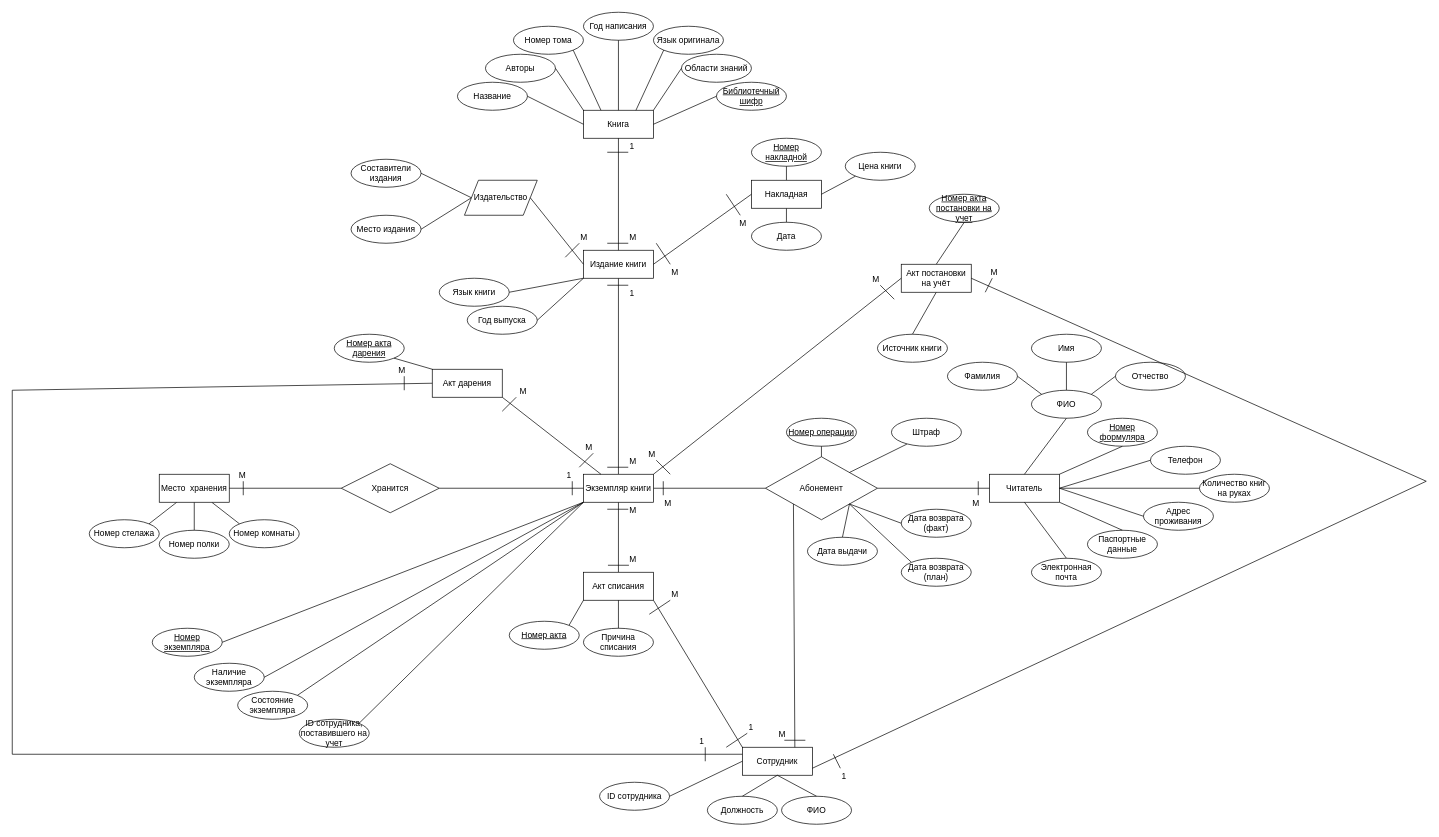
Before: student.k3141.MorozovAA/LR2/Библиотека.drawio in marinagovorova/DATABASES_ICT_2-3s_2022-2023_2023-2024, a draw.io diagram. Source tidied: cells renumbered, new cells numbered last; positions are measured from the earlier drawing's top-left corner, leaving out a move shared by most shapes. Both pictures are drawn from the tidied source at 70%, with x=0, y=0 at pixel (12, 12).
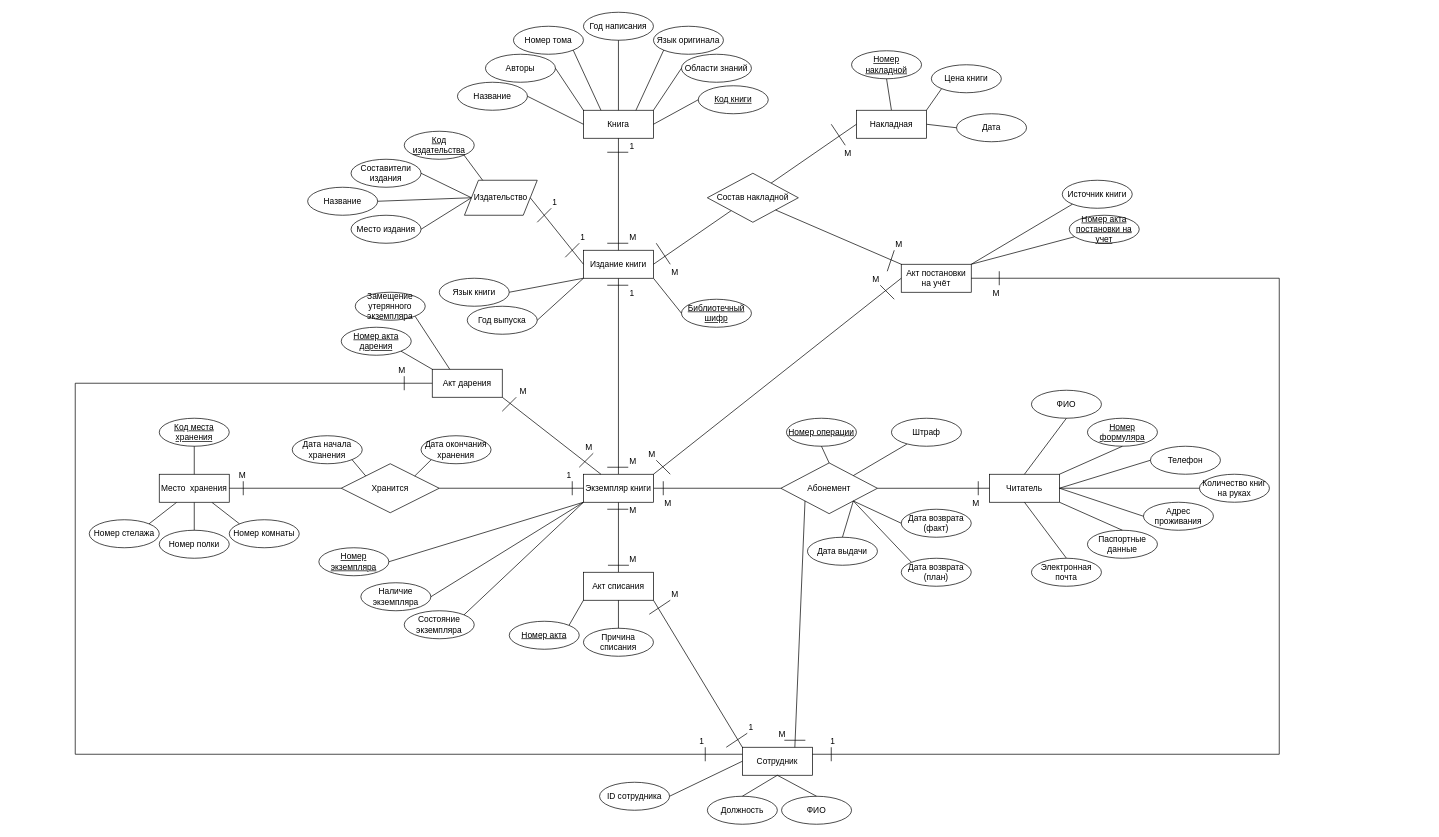
The same page after the edit.

Unchanged cells that the change refers to:
```xml
<mxCell id="3" value="&lt;div&gt;ФИО&lt;/div&gt;" style="ellipse;whiteSpace=wrap;html=1;align=center;fontStyle=0;" parent="1" vertex="1">
  <mxGeometry x="1456" y="540" width="100" height="40" as="geometry" />
</mxCell>
<mxCell id="18" value="Книга" style="whiteSpace=wrap;html=1;align=center;" parent="1" vertex="1">
  <mxGeometry x="816" y="140" width="100" height="40" as="geometry" />
</mxCell>
<mxCell id="58" value="Издание книги" style="whiteSpace=wrap;html=1;align=center;" parent="1" vertex="1">
  <mxGeometry x="816" y="340" width="100" height="40" as="geometry" />
</mxCell>
<mxCell id="81" value="&lt;div&gt;Экземпляр книги&lt;/div&gt;" style="whiteSpace=wrap;html=1;align=center;" parent="1" vertex="1">
  <mxGeometry x="816" y="660" width="100" height="40" as="geometry" />
</mxCell>
<mxCell id="82" value="Издательство" style="shape=parallelogram;perimeter=parallelogramPerimeter;whiteSpace=wrap;html=1;fixedSize=1;" parent="1" vertex="1">
  <mxGeometry x="646" y="240" width="104" height="50" as="geometry" />
</mxCell>
<mxCell id="87" value="Акт постановки на учёт" style="whiteSpace=wrap;html=1;align=center;" parent="1" vertex="1">
  <mxGeometry x="1270" y="360" width="100" height="40" as="geometry" />
</mxCell>
<mxCell id="93" style="endArrow=none;html=1;rounded=0;exitX=0;exitY=0.5;exitDx=0;exitDy=0;entryX=1;entryY=0.5;entryDx=0;entryDy=0;" parent="1" edge="1" source="58" target="82">
  <mxGeometry relative="1" as="geometry" />
</mxCell>
<mxCell id="102" value="Сотрудник" style="whiteSpace=wrap;html=1;align=center;" parent="1" vertex="1">
  <mxGeometry x="1043" y="1050" width="100" height="40" as="geometry" />
</mxCell>
<mxCell id="110" value="Хранится" style="rhombus;whiteSpace=wrap;html=1;" parent="1" vertex="1">
  <mxGeometry x="470" y="645" width="140" height="70" as="geometry" />
</mxCell>
<mxCell id="111" value="Место&amp;nbsp; хранения" style="whiteSpace=wrap;html=1;align=center;" parent="1" vertex="1">
  <mxGeometry x="210" y="660" width="100" height="40" as="geometry" />
</mxCell>
<mxCell id="139" value="Акт дарения" style="whiteSpace=wrap;html=1;align=center;" parent="1" vertex="1">
  <mxGeometry x="600" y="510" width="100" height="40" as="geometry" />
</mxCell>
```

The edit, as a diff of the source:
```diff
@@
     <mxCell id="15" value="Абонемент" style="shape=rhombus;perimeter=rhombusPerimeter;whiteSpace=wrap;html=1;align=center;" parent="1" vertex="1">
-      <mxGeometry x="1076" y="635" width="160" height="90" as="geometry" />
+      <mxGeometry x="1098" y="643.8" width="138" height="72.5" as="geometry" />
     </mxCell>
@@
     <mxCell id="30" value="Библиотечный шифр" style="ellipse;whiteSpace=wrap;html=1;align=center;fontStyle=4;" parent="1" vertex="1">
-      <mxGeometry x="1006" y="100" width="100" height="40" as="geometry" />
+      <mxGeometry x="956" y="410" width="100" height="40" as="geometry" />
     </mxCell>
@@
-    <mxCell id="38" style="endArrow=none;html=1;rounded=0;exitX=1;exitY=0.5;exitDx=0;exitDy=0;entryX=0;entryY=0.5;entryDx=0;entryDy=0;" parent="1" edge="1" source="18" target="30">
+    <mxCell id="38" style="endArrow=none;html=1;rounded=0;exitX=1;exitY=1;exitDx=0;exitDy=0;entryX=0;entryY=0.5;entryDx=0;entryDy=0;" parent="1" edge="1" source="58" target="30">
       <mxGeometry relative="1" as="geometry" />
     </mxCell>
@@
     <mxCell id="40" value="Номер экземпляра" style="ellipse;whiteSpace=wrap;html=1;align=center;fontStyle=4;" parent="1" vertex="1">
-      <mxGeometry x="200" y="880" width="100" height="40" as="geometry" />
+      <mxGeometry x="438" y="765" width="100" height="40" as="geometry" />
     </mxCell>
@@
-    <mxCell id="44" value="ID сотрудника, поставившего на учет" style="ellipse;whiteSpace=wrap;html=1;align=center;" parent="1" vertex="1">
-      <mxGeometry x="410" y="1010" width="100" height="40" as="geometry" />
-    </mxCell>
@@
-    <mxCell id="51" style="endArrow=none;html=1;rounded=0;exitX=1;exitY=0;exitDx=0;exitDy=0;entryX=0;entryY=1;entryDx=0;entryDy=0;" parent="1" edge="1" source="44" target="81">
-      <mxGeometry relative="1" as="geometry" />
-    </mxCell>
@@
     <mxCell id="60" value="Состояние экземпляра" style="ellipse;whiteSpace=wrap;html=1;align=center;" parent="1" vertex="1">
-      <mxGeometry x="322" y="970" width="100" height="40" as="geometry" />
+      <mxGeometry x="560" y="855" width="100" height="40" as="geometry" />
     </mxCell>
@@
     <mxCell id="62" value="Наличие экземпляра" style="ellipse;whiteSpace=wrap;html=1;align=center;" parent="1" vertex="1">
-      <mxGeometry x="260" y="930" width="100" height="40" as="geometry" />
+      <mxGeometry x="498" y="815" width="100" height="40" as="geometry" />
     </mxCell>
@@
-    <mxCell id="64" style="endArrow=none;html=1;rounded=0;exitX=0.5;exitY=1;exitDx=0;exitDy=0;entryX=0.5;entryY=0;entryDx=0;entryDy=0;" parent="1" edge="1" source="88" target="87">
+    <mxCell id="64" style="endArrow=none;html=1;rounded=0;exitX=0.075;exitY=0.769;exitDx=0;exitDy=0;entryX=1;entryY=0;entryDx=0;entryDy=0;exitPerimeter=0;" parent="1" edge="1" source="88" target="87">
       <mxGeometry relative="1" as="geometry" />
     </mxCell>
-    <mxCell id="65" value="Фамилия" style="ellipse;whiteSpace=wrap;html=1;align=center;" parent="1" vertex="1">
-      <mxGeometry x="1336" y="500" width="100" height="40" as="geometry" />
-    </mxCell>
-    <mxCell id="66" value="Имя" style="ellipse;whiteSpace=wrap;html=1;align=center;" parent="1" vertex="1">
-      <mxGeometry x="1456" y="460" width="100" height="40" as="geometry" />
-    </mxCell>
-    <mxCell id="67" value="Отчество" style="ellipse;whiteSpace=wrap;html=1;align=center;" parent="1" vertex="1">
-      <mxGeometry x="1576" y="500" width="100" height="40" as="geometry" />
-    </mxCell>
-    <mxCell id="68" style="endArrow=none;html=1;rounded=0;exitX=0.5;exitY=0;exitDx=0;exitDy=0;entryX=0.5;entryY=1;entryDx=0;entryDy=0;" parent="1" edge="1" source="3" target="66">
-      <mxGeometry relative="1" as="geometry" />
-    </mxCell>
-    <mxCell id="69" style="endArrow=none;html=1;rounded=0;exitX=1;exitY=0.5;exitDx=0;exitDy=0;entryX=0;entryY=0;entryDx=0;entryDy=0;" parent="1" edge="1" source="65" target="3">
-      <mxGeometry relative="1" as="geometry" />
-    </mxCell>
-    <mxCell id="70" style="endArrow=none;html=1;rounded=0;entryX=0;entryY=0.5;entryDx=0;entryDy=0;exitX=1;exitY=0;exitDx=0;exitDy=0;" parent="1" edge="1" source="3" target="67">
-      <mxGeometry relative="1" as="geometry" />
-    </mxCell>
@@
     <mxCell id="75" value="Источник книги" style="ellipse;whiteSpace=wrap;html=1;align=center;" parent="1" vertex="1">
-      <mxGeometry x="1236" y="460" width="100" height="40" as="geometry" />
+      <mxGeometry x="1500" y="240" width="100" height="40" as="geometry" />
     </mxCell>
-    <mxCell id="76" style="endArrow=none;html=1;rounded=0;entryX=0.5;entryY=0;entryDx=0;entryDy=0;exitX=0.5;exitY=1;exitDx=0;exitDy=0;" parent="1" edge="1" source="87" target="75">
+    <mxCell id="76" style="endArrow=none;html=1;rounded=0;entryX=0;entryY=1;entryDx=0;entryDy=0;exitX=1;exitY=0;exitDx=0;exitDy=0;" parent="1" edge="1" source="87" target="75">
       <mxGeometry relative="1" as="geometry" />
     </mxCell>
     <mxCell id="77" value="&lt;div&gt;Дата&lt;/div&gt;" style="ellipse;whiteSpace=wrap;html=1;align=center;" parent="1" vertex="1">
-      <mxGeometry x="1056" y="300" width="100" height="40" as="geometry" />
+      <mxGeometry x="1349" y="145" width="100" height="40" as="geometry" />
     </mxCell>
-    <mxCell id="78" style="endArrow=none;html=1;rounded=0;entryX=0.5;entryY=0;entryDx=0;entryDy=0;exitX=0.5;exitY=1;exitDx=0;exitDy=0;" parent="1" edge="1" source="83" target="77">
+    <mxCell id="78" style="endArrow=none;html=1;rounded=0;entryX=0;entryY=0.5;entryDx=0;entryDy=0;exitX=1;exitY=0.5;exitDx=0;exitDy=0;" parent="1" edge="1" source="83" target="77">
       <mxGeometry relative="1" as="geometry" />
     </mxCell>
     <mxCell id="79" value="Номер накладной" style="ellipse;whiteSpace=wrap;html=1;align=center;fontStyle=4;" parent="1" vertex="1">
-      <mxGeometry x="1056" y="180" width="100" height="40" as="geometry" />
+      <mxGeometry x="1199" y="55" width="100" height="40" as="geometry" />
     </mxCell>
@@
     <mxCell id="83" value="Накладная" style="whiteSpace=wrap;html=1;align=center;" parent="1" vertex="1">
-      <mxGeometry x="1056" y="240" width="100" height="40" as="geometry" />
+      <mxGeometry x="1206" y="140" width="100" height="40" as="geometry" />
     </mxCell>
@@
     <mxCell id="88" value="Номер акта постановки на учет" style="ellipse;whiteSpace=wrap;html=1;align=center;fontStyle=4;" parent="1" vertex="1">
-      <mxGeometry x="1310" y="260" width="100" height="40" as="geometry" />
+      <mxGeometry x="1510" y="290" width="100" height="40" as="geometry" />
     </mxCell>
@@
-    <mxCell id="94" value="M" style="html=1;whiteSpace=wrap;align=left;verticalAlign=bottom;" parent="93" vertex="1">
+    <mxCell id="94" value="1" style="html=1;whiteSpace=wrap;align=left;verticalAlign=bottom;" parent="93" vertex="1">
       <mxGeometry x="-1" relative="1" as="geometry">
         <mxPoint x="-6" y="-30" as="offset" />
       </mxGeometry>
     </mxCell>
@@
     <mxCell id="125" style="endArrow=none;html=1;rounded=0;" parent="1" edge="1">
       <mxGeometry relative="1" as="geometry">
-        <mxPoint x="1040" y="290" as="sourcePoint" />
-        <mxPoint x="1020" y="260" as="targetPoint" />
+        <mxPoint x="1190" y="190" as="sourcePoint" />
+        <mxPoint x="1170" y="160" as="targetPoint" />
       </mxGeometry>
     </mxCell>
@@
     <mxCell id="140" value="Номер акта дарения" style="ellipse;whiteSpace=wrap;html=1;align=center;fontStyle=4;" parent="1" vertex="1">
-      <mxGeometry x="460" y="460" width="100" height="40" as="geometry" />
+      <mxGeometry x="470" y="450" width="100" height="40" as="geometry" />
     </mxCell>
@@
-    <mxCell id="151" style="endArrow=none;html=1;rounded=0;exitX=1;exitY=0.75;exitDx=0;exitDy=0;entryX=0.5;entryY=1;entryDx=0;entryDy=0;" parent="1" edge="1" source="102">
+    <mxCell id="151" style="endArrow=none;html=1;rounded=0;exitX=1;exitY=0.25;exitDx=0;exitDy=0;" parent="1" edge="1" source="102">
       <mxGeometry relative="1" as="geometry">
-        <mxPoint x="2020" y="670" as="targetPoint" />
+        <mxPoint x="1810" y="1060" as="targetPoint" />
       </mxGeometry>
     </mxCell>
     <mxCell id="152" value="1" style="html=1;whiteSpace=wrap;align=left;verticalAlign=bottom;" parent="151" vertex="1">
       <mxGeometry x="-1" relative="1" as="geometry">
-        <mxPoint x="40" y="20" as="offset" />
+        <mxPoint x="24" y="-10" as="offset" />
       </mxGeometry>
     </mxCell>
     <mxCell id="153" style="endArrow=none;html=1;rounded=0;" parent="1" edge="1">
       <mxGeometry relative="1" as="geometry">
-        <mxPoint x="1173" y="1060" as="sourcePoint" />
-        <mxPoint x="1183" y="1080" as="targetPoint" />
+        <mxPoint x="1170" y="1050" as="sourcePoint" />
+        <mxPoint x="1170" y="1070" as="targetPoint" />
       </mxGeometry>
     </mxCell>
     <mxCell id="154" style="endArrow=none;html=1;rounded=0;exitX=1;exitY=0.5;exitDx=0;exitDy=0;" parent="1" edge="1" source="87">
       <mxGeometry relative="1" as="geometry">
-        <mxPoint x="2020" y="670" as="targetPoint" />
+        <mxPoint x="1810" y="1060" as="targetPoint" />
+        <Array as="points">
+          <mxPoint x="1810" y="380" />
+        </Array>
       </mxGeometry>
     </mxCell>
     <mxCell id="155" value="M" style="html=1;whiteSpace=wrap;align=left;verticalAlign=bottom;" parent="154" vertex="1">
       <mxGeometry x="-1" relative="1" as="geometry">
-        <mxPoint x="26" as="offset" />
+        <mxPoint x="29" y="30" as="offset" />
       </mxGeometry>
     </mxCell>
     <mxCell id="156" style="endArrow=none;html=1;rounded=0;" parent="1" edge="1">
       <mxGeometry relative="1" as="geometry">
-        <mxPoint x="1400" y="380" as="sourcePoint" />
-        <mxPoint x="1390" y="400" as="targetPoint" />
+        <mxPoint x="1410" y="370" as="sourcePoint" />
+        <mxPoint x="1410" y="390" as="targetPoint" />
       </mxGeometry>
     </mxCell>
@@
     <mxCell id="159" style="endArrow=none;html=1;rounded=0;exitX=0;exitY=0.25;exitDx=0;exitDy=0;" parent="1" edge="1" source="102">
       <mxGeometry relative="1" as="geometry">
-        <mxPoint y="1060" as="targetPoint" />
+        <mxPoint x="90" y="1060" as="targetPoint" />
       </mxGeometry>
     </mxCell>
@@
     <mxCell id="161" style="endArrow=none;html=1;rounded=0;exitX=0;exitY=0.5;exitDx=0;exitDy=0;" parent="1" edge="1" source="139">
       <mxGeometry relative="1" as="geometry">
-        <mxPoint y="1060" as="targetPoint" />
+        <mxPoint x="90" y="1060" as="targetPoint" />
         <Array as="points">
-          <mxPoint y="540" />
+          <mxPoint x="90" y="530" />
         </Array>
       </mxGeometry>
     </mxCell>
@@
     <mxCell id="168" value="Цена книги" style="ellipse;whiteSpace=wrap;html=1;align=center;" parent="1" vertex="1">
-      <mxGeometry x="1190" y="200" width="100" height="40" as="geometry" />
+      <mxGeometry x="1313" y="75" width="100" height="40" as="geometry" />
     </mxCell>
-    <mxCell id="169" style="endArrow=none;html=1;rounded=0;exitX=0;exitY=1;exitDx=0;exitDy=0;entryX=1;entryY=0.5;entryDx=0;entryDy=0;" parent="1" edge="1" source="168" target="83">
+    <mxCell id="169" style="endArrow=none;html=1;rounded=0;exitX=0;exitY=1;exitDx=0;exitDy=0;entryX=1;entryY=0;entryDx=0;entryDy=0;" parent="1" edge="1" source="168" target="83">
       <mxGeometry relative="1" as="geometry" />
     </mxCell>
+    <mxCell id="170" value="Код места хранения" style="ellipse;whiteSpace=wrap;html=1;align=center;fontStyle=4;" parent="1" vertex="1">
+      <mxGeometry x="210" y="580" width="100" height="40" as="geometry" />
+    </mxCell>
+    <mxCell id="171" style="endArrow=none;html=1;rounded=0;exitX=0.5;exitY=1;exitDx=0;exitDy=0;entryX=0.5;entryY=0;entryDx=0;entryDy=0;" parent="1" edge="1" source="170" target="111">
+      <mxGeometry relative="1" as="geometry" />
+    </mxCell>
+    <mxCell id="172" value="&lt;div&gt;Состав накладной&lt;/div&gt;" style="shape=rhombus;perimeter=rhombusPerimeter;whiteSpace=wrap;html=1;align=center;" parent="1" vertex="1">
+      <mxGeometry x="993" y="230" width="130" height="70" as="geometry" />
+    </mxCell>
+    <mxCell id="173" style="endArrow=none;html=1;rounded=0;exitX=0;exitY=0;exitDx=0;exitDy=0;entryX=1;entryY=1;entryDx=0;entryDy=0;" parent="1" edge="1" source="87" target="172">
+      <mxGeometry relative="1" as="geometry" />
+    </mxCell>
+    <mxCell id="174" value="M" style="html=1;whiteSpace=wrap;align=left;verticalAlign=bottom;" parent="173" vertex="1">
+      <mxGeometry x="-1" relative="1" as="geometry">
+        <mxPoint x="-10" y="-20" as="offset" />
+      </mxGeometry>
+    </mxCell>
+    <mxCell id="175" style="endArrow=none;html=1;rounded=0;" parent="1" edge="1">
+      <mxGeometry relative="1" as="geometry">
+        <mxPoint x="1260" y="340" as="sourcePoint" />
+        <mxPoint x="1250" y="370" as="targetPoint" />
+      </mxGeometry>
+    </mxCell>
+    <mxCell id="176" style="endArrow=none;html=1;rounded=0;" parent="1" edge="1">
+      <mxGeometry relative="1" as="geometry">
+        <mxPoint x="770" y="280" as="sourcePoint" />
+        <mxPoint x="750" y="300" as="targetPoint" />
+      </mxGeometry>
+    </mxCell>
+    <mxCell id="177" value="&lt;div&gt;1&lt;/div&gt;" style="html=1;whiteSpace=wrap;align=left;verticalAlign=bottom;" parent="176" vertex="1">
+      <mxGeometry x="-1" relative="1" as="geometry" />
+    </mxCell>
+    <mxCell id="178" value="Дата начала хранения" style="ellipse;whiteSpace=wrap;html=1;align=center;" parent="1" vertex="1">
+      <mxGeometry x="400" y="605" width="100" height="40" as="geometry" />
+    </mxCell>
+    <mxCell id="179" value="Дата окончания хранения" style="ellipse;whiteSpace=wrap;html=1;align=center;" parent="1" vertex="1">
+      <mxGeometry x="584" y="605" width="100" height="40" as="geometry" />
+    </mxCell>
+    <mxCell id="180" style="endArrow=none;html=1;rounded=0;exitX=1;exitY=0;exitDx=0;exitDy=0;entryX=0;entryY=1;entryDx=0;entryDy=0;" parent="1" edge="1" source="110" target="179">
+      <mxGeometry relative="1" as="geometry" />
+    </mxCell>
+    <mxCell id="181" style="endArrow=none;html=1;rounded=0;exitX=0;exitY=0;exitDx=0;exitDy=0;entryX=1;entryY=1;entryDx=0;entryDy=0;" parent="1" edge="1" source="110" target="178">
+      <mxGeometry relative="1" as="geometry" />
+    </mxCell>
+    <mxCell id="182" value="Код книги" style="ellipse;whiteSpace=wrap;html=1;align=center;fontStyle=4;" parent="1" vertex="1">
+      <mxGeometry x="980" y="105" width="100" height="40" as="geometry" />
+    </mxCell>
+    <mxCell id="183" style="endArrow=none;html=1;rounded=0;exitX=1;exitY=0.5;exitDx=0;exitDy=0;entryX=0;entryY=0.5;entryDx=0;entryDy=0;" parent="1" edge="1" source="18" target="182">
+      <mxGeometry relative="1" as="geometry" />
+    </mxCell>
+    <mxCell id="184" value="Замещение утерянного экземпляра" style="ellipse;whiteSpace=wrap;html=1;align=center;" parent="1" vertex="1">
+      <mxGeometry x="490" y="400" width="100" height="40" as="geometry" />
+    </mxCell>
+    <mxCell id="185" style="endArrow=none;html=1;rounded=0;exitX=1;exitY=1;exitDx=0;exitDy=0;entryX=0.25;entryY=0;entryDx=0;entryDy=0;" parent="1" edge="1" source="184" target="139">
+      <mxGeometry relative="1" as="geometry" />
+    </mxCell>
+    <mxCell id="186" value="&lt;div&gt;Название&lt;/div&gt;" style="ellipse;whiteSpace=wrap;html=1;align=center;" parent="1" vertex="1">
+      <mxGeometry x="422" y="250" width="100" height="40" as="geometry" />
+    </mxCell>
+    <mxCell id="187" value="Код издательства" style="ellipse;whiteSpace=wrap;html=1;align=center;fontStyle=4;" parent="1" vertex="1">
+      <mxGeometry x="560" y="170" width="100" height="40" as="geometry" />
+    </mxCell>
+    <mxCell id="188" style="endArrow=none;html=1;rounded=0;exitX=1;exitY=0.5;exitDx=0;exitDy=0;entryX=0;entryY=0.5;entryDx=0;entryDy=0;" parent="1" edge="1" source="186" target="82">
+      <mxGeometry relative="1" as="geometry" />
+    </mxCell>
+    <mxCell id="189" style="endArrow=none;html=1;rounded=0;exitX=1;exitY=1;exitDx=0;exitDy=0;entryX=0.25;entryY=0;entryDx=0;entryDy=0;" parent="1" edge="1" source="187" target="82">
+      <mxGeometry relative="1" as="geometry" />
+    </mxCell>
```
